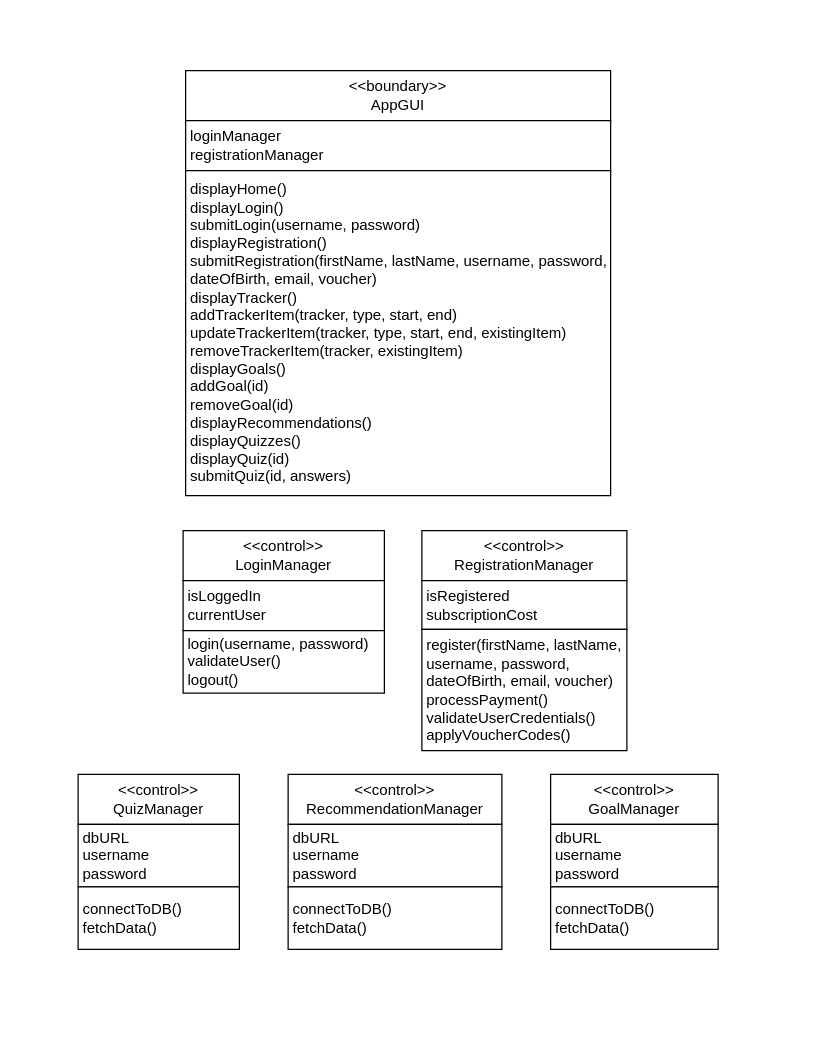
ahammond3aws/DC2SEN keeps this draw.io diagram as Boundary_Control_Class_diagrams.drawio. Above is the earlier version. Source tidied: cells renumbered, new cells numbered last; positions are measured from the earlier drawing's top-left corner, leaving out a move shared by most shapes. Both pictures are drawn from the tidied source at 125%, with x=0, y=0 at pixel (78, 70).
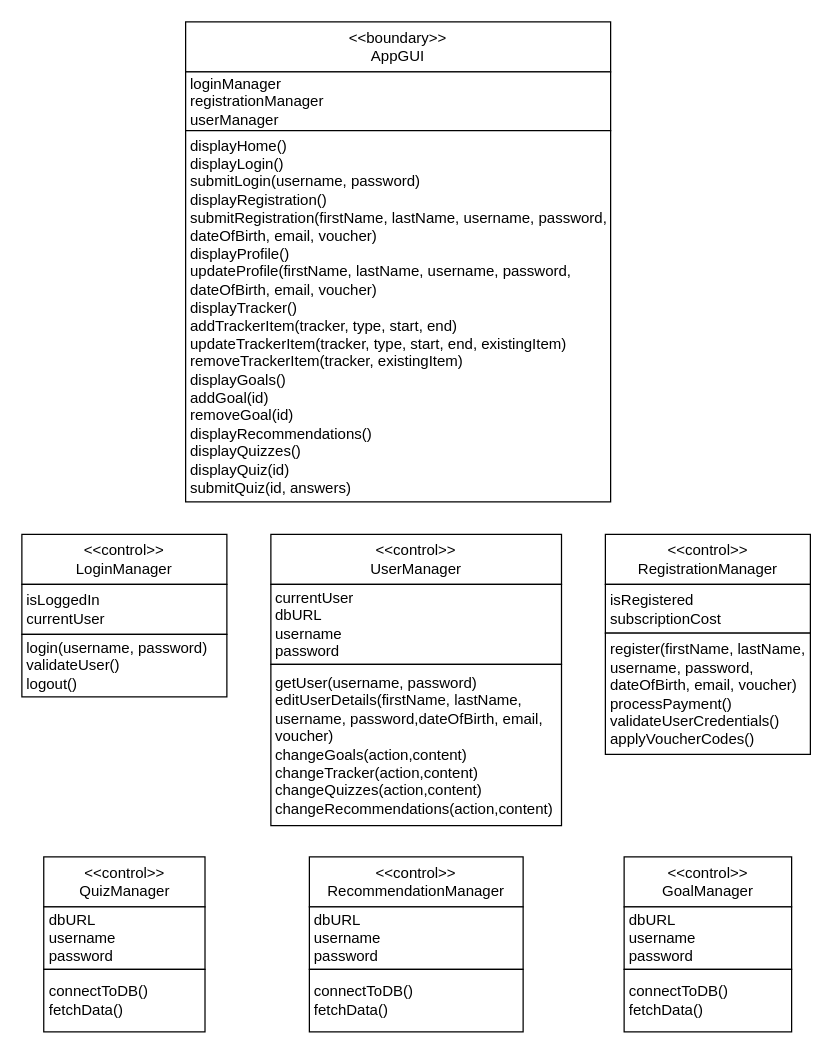
The same diagram, later.

Change to the diagram source:
```diff
@@
     <mxCell id="2" value="&amp;lt;&amp;lt;control&amp;gt;&amp;gt;&lt;br&gt;LoginManager" style="rounded=0;whiteSpace=wrap;html=1;" parent="1" vertex="1">
-      <mxGeometry x="84" y="368" width="161" height="40" as="geometry" />
+      <mxGeometry x="-45" y="371" width="164" height="40" as="geometry" />
     </mxCell>
     <mxCell id="3" value="isLoggedIn&lt;br&gt;currentUser" style="rounded=0;whiteSpace=wrap;html=1;align=left;spacingLeft=2;" parent="1" vertex="1">
-      <mxGeometry x="84" y="408" width="161" height="40" as="geometry" />
+      <mxGeometry x="-45" y="411" width="164" height="40" as="geometry" />
     </mxCell>
     <mxCell id="4" value="login(username, password)&lt;br&gt;validateUser()&lt;br&gt;logout()" style="rounded=0;whiteSpace=wrap;html=1;align=left;spacingLeft=2;" parent="1" vertex="1">
-      <mxGeometry x="84" y="448" width="161" height="50" as="geometry" />
+      <mxGeometry x="-45" y="451" width="164" height="50" as="geometry" />
     </mxCell>
     <mxCell id="5" value="&amp;lt;&amp;lt;control&amp;gt;&amp;gt;&lt;br&gt;RegistrationManager" style="rounded=0;whiteSpace=wrap;html=1;" parent="1" vertex="1">
-      <mxGeometry x="275" y="368" width="164" height="40" as="geometry" />
+      <mxGeometry x="421.8" y="371" width="164" height="40" as="geometry" />
     </mxCell>
     <mxCell id="6" value="isRegistered&lt;br&gt;subscriptionCost" style="rounded=0;whiteSpace=wrap;html=1;align=left;spacingLeft=2;" parent="1" vertex="1">
-      <mxGeometry x="275" y="408" width="164" height="39" as="geometry" />
+      <mxGeometry x="421.8" y="411" width="164" height="39" as="geometry" />
     </mxCell>
     <mxCell id="7" value="register(firstName, lastName,&lt;br&gt;username, password,&lt;br&gt;dateOfBirth, email, voucher)&lt;br&gt;processPayment()&lt;br&gt;validateUserCredentials()&lt;br&gt;applyVoucherCodes()" style="rounded=0;whiteSpace=wrap;html=1;align=left;spacingLeft=2;" parent="1" vertex="1">
-      <mxGeometry x="275" y="447" width="164" height="97" as="geometry" />
+      <mxGeometry x="421.8" y="450" width="164" height="97" as="geometry" />
     </mxCell>
     <mxCell id="8" value="&amp;lt;&amp;lt;control&amp;gt;&amp;gt;&lt;br&gt;QuizManager" style="rounded=0;whiteSpace=wrap;html=1;fillColor=default;" parent="1" vertex="1">
-      <mxGeometry y="563" width="129" height="40" as="geometry" />
+      <mxGeometry x="-27.5" y="629" width="129" height="40" as="geometry" />
     </mxCell>
     <mxCell id="9" value="dbURL&lt;br&gt;username&lt;br&gt;password" style="rounded=0;whiteSpace=wrap;html=1;align=left;spacingLeft=2;fillColor=default;" parent="1" vertex="1">
-      <mxGeometry y="603" width="129" height="50" as="geometry" />
+      <mxGeometry x="-27.5" y="669" width="129" height="50" as="geometry" />
     </mxCell>
     <mxCell id="10" value="connectToDB()&lt;br&gt;fetchData()" style="rounded=0;whiteSpace=wrap;html=1;align=left;spacingLeft=2;fillColor=default;" parent="1" vertex="1">
-      <mxGeometry y="653" width="129" height="50" as="geometry" />
+      <mxGeometry x="-27.5" y="719" width="129" height="50" as="geometry" />
     </mxCell>
     <mxCell id="11" value="&amp;lt;&amp;lt;control&amp;gt;&amp;gt;&lt;br&gt;RecommendationManager" style="rounded=0;whiteSpace=wrap;html=1;fillColor=default;" parent="1" vertex="1">
-      <mxGeometry x="168" y="563" width="171" height="40" as="geometry" />
+      <mxGeometry x="185" y="629" width="171" height="40" as="geometry" />
     </mxCell>
     <mxCell id="12" value="dbURL&lt;br&gt;username&lt;br&gt;password" style="rounded=0;whiteSpace=wrap;html=1;align=left;spacingLeft=2;fillColor=default;" parent="1" vertex="1">
-      <mxGeometry x="168" y="603" width="171" height="50" as="geometry" />
+      <mxGeometry x="185" y="669" width="171" height="50" as="geometry" />
     </mxCell>
     <mxCell id="13" value="connectToDB()&lt;br&gt;fetchData()" style="rounded=0;whiteSpace=wrap;html=1;align=left;spacingLeft=2;fillColor=default;" parent="1" vertex="1">
-      <mxGeometry x="168" y="653" width="171" height="50" as="geometry" />
+      <mxGeometry x="185" y="719" width="171" height="50" as="geometry" />
     </mxCell>
     <mxCell id="14" value="&amp;lt;&amp;lt;control&amp;gt;&amp;gt;&lt;br&gt;GoalManager" style="rounded=0;whiteSpace=wrap;html=1;fillColor=default;" parent="1" vertex="1">
-      <mxGeometry x="378" y="563" width="134" height="40" as="geometry" />
+      <mxGeometry x="436.8" y="629" width="134" height="40" as="geometry" />
     </mxCell>
     <mxCell id="15" value="dbURL&lt;br&gt;username&lt;br&gt;password" style="rounded=0;whiteSpace=wrap;html=1;align=left;spacingLeft=2;fillColor=default;" parent="1" vertex="1">
-      <mxGeometry x="378" y="603" width="134" height="50" as="geometry" />
+      <mxGeometry x="436.8" y="669" width="134" height="50" as="geometry" />
     </mxCell>
     <mxCell id="16" value="connectToDB()&lt;br&gt;fetchData()" style="rounded=0;whiteSpace=wrap;html=1;align=left;spacingLeft=2;fillColor=default;" parent="1" vertex="1">
-      <mxGeometry x="378" y="653" width="134" height="50" as="geometry" />
+      <mxGeometry x="436.8" y="719" width="134" height="50" as="geometry" />
     </mxCell>
     <mxCell id="17" value="&amp;lt;&amp;lt;boundary&amp;gt;&amp;gt;&lt;br&gt;AppGUI" style="rounded=0;whiteSpace=wrap;html=1;" parent="1" vertex="1">
-      <mxGeometry x="86" width="340" height="40" as="geometry" />
+      <mxGeometry x="86" y="-39" width="340" height="40" as="geometry" />
     </mxCell>
-    <mxCell id="18" value="loginManager&lt;br&gt;registrationManager" style="rounded=0;whiteSpace=wrap;html=1;align=left;spacingLeft=2;" parent="1" vertex="1">
-      <mxGeometry x="86" y="40" width="340" height="40" as="geometry" />
+    <mxCell id="18" value="loginManager&lt;br&gt;registrationManager&lt;br&gt;userManager" style="rounded=0;whiteSpace=wrap;html=1;align=left;spacingLeft=2;" parent="1" vertex="1">
+      <mxGeometry x="86" y="1" width="340" height="47" as="geometry" />
     </mxCell>
-    <mxCell id="19" value="displayHome()&lt;br&gt;displayLogin()&lt;br&gt;submitLogin(username, password)&lt;br&gt;displayRegistration()&lt;br&gt;submitRegistration(firstName, lastName, username, password,&lt;br&gt;dateOfBirth, email, voucher)&lt;br&gt;displayTracker()&lt;br&gt;addTrackerItem(tracker, type, start, end)&lt;br&gt;updateTrackerItem(tracker, type, start, end, existingItem)&lt;br&gt;removeTrackerItem(tracker, existingItem)&lt;br&gt;displayGoals()&lt;br&gt;addGoal(id)&lt;br&gt;removeGoal(id)&lt;br&gt;displayRecommendations()&lt;br&gt;displayQuizzes()&lt;br&gt;displayQuiz(id)&lt;br&gt;submitQuiz(id, answers)" style="rounded=0;whiteSpace=wrap;html=1;align=left;spacingLeft=2;" parent="1" vertex="1">
-      <mxGeometry x="86" y="80" width="340" height="260" as="geometry" />
+    <mxCell id="19" value="displayHome()&lt;br&gt;displayLogin()&lt;br&gt;submitLogin(username, password)&lt;br&gt;displayRegistration()&lt;br&gt;submitRegistration(firstName, lastName, username, password,&lt;br&gt;dateOfBirth, email, voucher)&lt;br&gt;displayProfile()&lt;br&gt;updateProfile(firstName, lastName, username, password,&lt;br style=&quot;border-color: var(--border-color);&quot;&gt;dateOfBirth, email, voucher)&lt;br&gt;displayTracker()&lt;br&gt;addTrackerItem(tracker, type, start, end)&lt;br&gt;updateTrackerItem(tracker, type, start, end, existingItem)&lt;br&gt;removeTrackerItem(tracker, existingItem)&lt;br&gt;displayGoals()&lt;br&gt;addGoal(id)&lt;br&gt;removeGoal(id)&lt;br&gt;displayRecommendations()&lt;br&gt;displayQuizzes()&lt;br&gt;displayQuiz(id)&lt;br&gt;submitQuiz(id, answers)" style="rounded=0;whiteSpace=wrap;html=1;align=left;spacingLeft=2;" parent="1" vertex="1">
+      <mxGeometry x="86" y="48" width="340" height="297" as="geometry" />
     </mxCell>
+    <mxCell id="20" value="&amp;lt;&amp;lt;control&amp;gt;&amp;gt;&lt;br&gt;UserManager" style="rounded=0;whiteSpace=wrap;html=1;" parent="1" vertex="1">
+      <mxGeometry x="154.2" y="371" width="232.5" height="40" as="geometry" />
+    </mxCell>
+    <mxCell id="21" value="currentUser&lt;br&gt;dbURL&lt;br style=&quot;border-color: var(--border-color);&quot;&gt;username&lt;br style=&quot;border-color: var(--border-color);&quot;&gt;password" style="rounded=0;whiteSpace=wrap;html=1;align=left;spacingLeft=2;" parent="1" vertex="1">
+      <mxGeometry x="154.2" y="411" width="232.5" height="64" as="geometry" />
+    </mxCell>
+    <mxCell id="22" value="getUser(username, password)&lt;br&gt;editUserDetails(firstName, lastName, username, password,dateOfBirth, email, voucher)&lt;br&gt;changeGoals(action,content)&lt;br&gt;changeTracker(action,content)&lt;br&gt;changeQuizzes(action,content)&lt;br&gt;changeRecommendations(action,content)" style="rounded=0;whiteSpace=wrap;html=1;align=left;spacingLeft=2;" parent="1" vertex="1">
+      <mxGeometry x="154.2" y="475" width="232.5" height="129" as="geometry" />
+    </mxCell>
```
